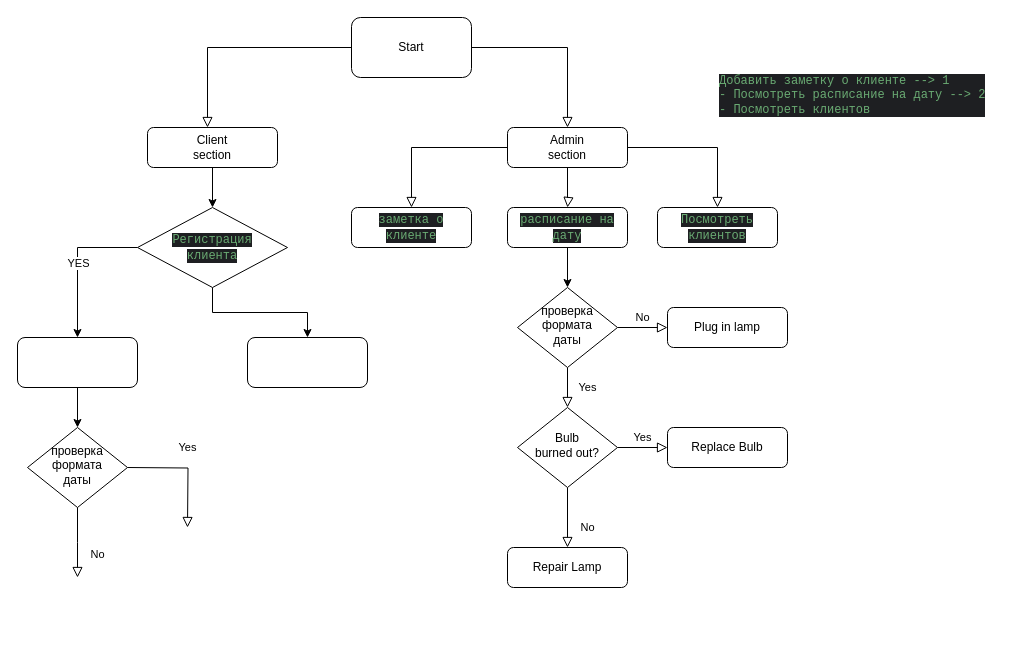
This is Диаграмма без названия.drawio from dim447/project_01, a draw.io file, before an edit. Source tidied: cells renumbered, new cells numbered last; positions are measured from the earlier drawing's top-left corner, leaving out a move shared by most shapes. Both pictures are drawn from the tidied source at 100%, with x=0, y=0 at pixel (17, 17).
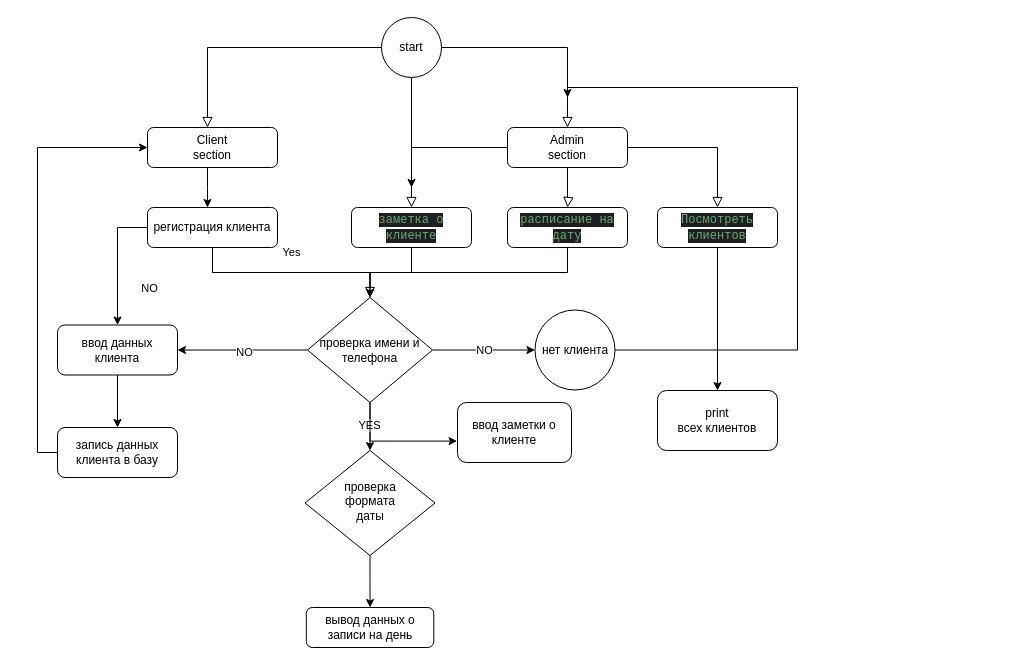
After the change.

The change refers to these unchanged cells:
```xml
<mxCell id="16" value="Client&lt;br&gt;section" style="rounded=1;whiteSpace=wrap;html=1;" parent="1" vertex="1">
  <mxGeometry x="130" y="110" width="130" height="40" as="geometry" />
</mxCell>
<mxCell id="19" value="&lt;span style=&quot;color: rgb(106, 171, 115); font-family: &amp;quot;JetBrains Mono&amp;quot;, monospace; font-size: 12px; font-style: normal; font-variant-ligatures: normal; font-variant-caps: normal; font-weight: 400; letter-spacing: normal; orphans: 2; text-align: left; text-indent: 0px; text-transform: none; widows: 2; word-spacing: 0px; -webkit-text-stroke-width: 0px; background-color: rgb(30, 31, 34); text-decoration-thickness: initial; text-decoration-style: initial; text-decoration-color: initial; float: none; display: inline !important;&quot;&gt;заметка о клиенте&lt;/span&gt;" style="rounded=1;whiteSpace=wrap;html=1;" parent="1" vertex="1">
  <mxGeometry x="334" y="190" width="120" height="40" as="geometry" />
</mxCell>
<mxCell id="21" value="&lt;span style=&quot;color: rgb(106, 171, 115); font-family: &amp;quot;JetBrains Mono&amp;quot;, monospace; font-size: 12px; font-style: normal; font-variant-ligatures: normal; font-variant-caps: normal; font-weight: 400; letter-spacing: normal; orphans: 2; text-align: left; text-indent: 0px; text-transform: none; widows: 2; word-spacing: 0px; -webkit-text-stroke-width: 0px; background-color: rgb(30, 31, 34); text-decoration-thickness: initial; text-decoration-style: initial; text-decoration-color: initial; float: none; display: inline !important;&quot;&gt;расписание на дату&lt;/span&gt;" style="rounded=1;whiteSpace=wrap;html=1;" parent="1" vertex="1">
  <mxGeometry x="490" y="190" width="120" height="40" as="geometry" />
</mxCell>
<mxCell id="22" value="&lt;span style=&quot;color: rgb(106, 171, 115); font-family: &amp;quot;JetBrains Mono&amp;quot;, monospace; font-size: 12px; font-style: normal; font-variant-ligatures: normal; font-variant-caps: normal; font-weight: 400; letter-spacing: normal; orphans: 2; text-align: left; text-indent: 0px; text-transform: none; widows: 2; word-spacing: 0px; -webkit-text-stroke-width: 0px; background-color: rgb(30, 31, 34); text-decoration-thickness: initial; text-decoration-style: initial; text-decoration-color: initial; float: none; display: inline !important;&quot;&gt;Посмотреть клиентов&lt;/span&gt;" style="rounded=1;whiteSpace=wrap;html=1;" parent="1" vertex="1">
  <mxGeometry x="640" y="190" width="120" height="40" as="geometry" />
</mxCell>
```

The edit, as a diff of the source:
```diff
@@
-    <mxCell id="4" value="Yes" style="rounded=0;html=1;jettySize=auto;fontSize=11;endArrow=block;endFill=0;endSize=8;strokeWidth=1;shadow=0;labelBackgroundColor=none;edgeStyle=orthogonalEdgeStyle;" parent="1" edge="1" source="6" target="10">
-      <mxGeometry y="20" relative="1" as="geometry" />
-    </mxCell>
-    <mxCell id="5" value="No" style="edgeStyle=orthogonalEdgeStyle;rounded=0;html=1;jettySize=auto;fontSize=11;endArrow=block;endFill=0;endSize=8;strokeWidth=1;shadow=0;labelBackgroundColor=none;" parent="1" edge="1" source="6" target="7">
-      <mxGeometry y="10" relative="1" as="geometry" />
-    </mxCell>
+    <mxCell id="35" style="edgeStyle=orthogonalEdgeStyle;rounded=0;jettySize=auto;html=1;entryX=0.5;entryY=0;entryDx=0;entryDy=0;" parent="1" edge="1" source="6" target="40">
+      <mxGeometry relative="1" as="geometry" />
+    </mxCell>
     <mxCell id="6" value="проверка&lt;br&gt;формата&lt;br&gt;даты" style="rhombus;whiteSpace=wrap;html=1;shadow=0;fontFamily=Helvetica;fontSize=12;align=center;strokeWidth=1;spacing=6;spacingTop=-4;" parent="1" vertex="1">
-      <mxGeometry x="500" y="270" width="100" height="80" as="geometry" />
+      <mxGeometry x="287.5" y="433" width="130" height="105" as="geometry" />
     </mxCell>
-    <mxCell id="7" value="Plug in lamp" style="rounded=1;whiteSpace=wrap;html=1;fontSize=12;glass=0;strokeWidth=1;shadow=0;" parent="1" vertex="1">
-      <mxGeometry x="650" y="290" width="120" height="40" as="geometry" />
-    </mxCell>
-    <mxCell id="8" value="No" style="rounded=0;html=1;jettySize=auto;fontSize=11;endArrow=block;endFill=0;endSize=8;strokeWidth=1;shadow=0;labelBackgroundColor=none;edgeStyle=orthogonalEdgeStyle;" parent="1" edge="1" source="10" target="11">
-      <mxGeometry x="0.33" y="20" relative="1" as="geometry" />
-    </mxCell>
-    <mxCell id="9" value="Yes" style="edgeStyle=orthogonalEdgeStyle;rounded=0;html=1;jettySize=auto;fontSize=11;endArrow=block;endFill=0;endSize=8;strokeWidth=1;shadow=0;labelBackgroundColor=none;" parent="1" edge="1" source="10" target="12">
-      <mxGeometry y="10" relative="1" as="geometry" />
-    </mxCell>
-    <mxCell id="10" value="Bulb&lt;br&gt;burned out?" style="rhombus;whiteSpace=wrap;html=1;shadow=0;fontFamily=Helvetica;fontSize=12;align=center;strokeWidth=1;spacing=6;spacingTop=-4;" parent="1" vertex="1">
-      <mxGeometry x="500" y="390" width="100" height="80" as="geometry" />
-    </mxCell>
-    <mxCell id="11" value="Repair Lamp" style="rounded=1;whiteSpace=wrap;html=1;fontSize=12;glass=0;strokeWidth=1;shadow=0;" parent="1" vertex="1">
-      <mxGeometry x="490" y="530" width="120" height="40" as="geometry" />
-    </mxCell>
-    <mxCell id="12" value="Replace Bulb" style="rounded=1;whiteSpace=wrap;html=1;fontSize=12;glass=0;strokeWidth=1;shadow=0;" parent="1" vertex="1">
-      <mxGeometry x="650" y="410" width="120" height="40" as="geometry" />
-    </mxCell>
-    <mxCell id="13" value="Start" style="rounded=1;whiteSpace=wrap;html=1;" parent="1" vertex="1">
-      <mxGeometry x="334" width="120" height="60" as="geometry" />
-    </mxCell>
+    <mxCell id="36" style="edgeStyle=orthogonalEdgeStyle;rounded=0;orthogonalLoop=1;jettySize=auto;html=1;" parent="1" edge="1">
+      <mxGeometry relative="1" as="geometry">
+        <mxPoint x="394" y="60" as="sourcePoint" />
+        <mxPoint x="394" y="170" as="targetPoint" />
+      </mxGeometry>
+    </mxCell>
-    <mxCell id="14" style="rounded=0;html=1;jettySize=auto;fontSize=11;endArrow=block;endFill=0;endSize=8;strokeWidth=1;shadow=0;labelBackgroundColor=none;edgeStyle=orthogonalEdgeStyle;exitX=1;exitY=0.5;exitDx=0;exitDy=0;" parent="1" edge="1" source="13">
+    <mxCell id="14" style="rounded=0;html=1;jettySize=auto;fontSize=11;endArrow=block;endFill=0;endSize=8;strokeWidth=1;shadow=0;labelBackgroundColor=none;edgeStyle=orthogonalEdgeStyle;exitX=1;exitY=0.5;exitDx=0;exitDy=0;" parent="1" edge="1" source="58">
       <mxGeometry relative="1" as="geometry">
         <mxPoint x="550" y="110" as="targetPoint" />
         <Array as="points">
           <mxPoint x="550" y="30" />
         </Array>
       </mxGeometry>
     </mxCell>
-    <mxCell id="15" style="edgeStyle=orthogonalEdgeStyle;rounded=0;jettySize=auto;html=1;exitX=0.5;exitY=1;exitDx=0;exitDy=0;entryX=0.5;entryY=0;entryDx=0;entryDy=0;" parent="1" edge="1" source="16" target="26">
-      <mxGeometry relative="1" as="geometry" />
-    </mxCell>
+    <mxCell id="37" style="edgeStyle=orthogonalEdgeStyle;rounded=0;jettySize=auto;html=1;" parent="1" edge="1" source="16" target="50">
+      <mxGeometry relative="1" as="geometry">
+        <Array as="points">
+          <mxPoint x="190" y="170" />
+          <mxPoint x="190" y="170" />
+        </Array>
+      </mxGeometry>
+    </mxCell>
@@
-    <mxCell id="17" style="rounded=0;html=1;jettySize=auto;fontSize=11;endArrow=block;endFill=0;endSize=8;strokeWidth=1;shadow=0;labelBackgroundColor=none;edgeStyle=orthogonalEdgeStyle;exitX=0;exitY=0.5;exitDx=0;exitDy=0;" parent="1" edge="1" source="13">
+    <mxCell id="17" style="rounded=0;html=1;jettySize=auto;fontSize=11;endArrow=block;endFill=0;endSize=8;strokeWidth=1;shadow=0;labelBackgroundColor=none;edgeStyle=orthogonalEdgeStyle;exitX=0;exitY=0.5;exitDx=0;exitDy=0;" parent="1" edge="1" source="58">
       <mxGeometry relative="1" as="geometry">
         <mxPoint x="190" y="110" as="targetPoint" />
         <Array as="points">
           <mxPoint x="190" y="30" />
         </Array>
       </mxGeometry>
     </mxCell>
-    <mxCell id="18" value="&lt;div style=&quot;background-color: rgb(30, 31, 34); color: rgb(188, 190, 196); font-family: &amp;quot;JetBrains Mono&amp;quot;, monospace;&quot;&gt;&lt;span style=&quot;color:#6aab73;&quot;&gt;Добавить заметку о клиенте    --&amp;gt; 1&lt;br&gt;&lt;/span&gt;&lt;span style=&quot;color:#6aab73;&quot;&gt;- Посмотреть расписание на дату --&amp;gt; 2&lt;br&gt;&lt;/span&gt;&lt;span style=&quot;color:#6aab73;&quot;&gt;- Посмотреть клиентов  &lt;/span&gt;&lt;/div&gt;" style="text;whiteSpace=wrap;html=1;" parent="1" vertex="1">
-      <mxGeometry x="700" y="50" width="300" height="70" as="geometry" />
-    </mxCell>
+    <mxCell id="38" style="edgeStyle=orthogonalEdgeStyle;rounded=0;jettySize=auto;html=1;" parent="1" edge="1" source="19" target="47">
+      <mxGeometry relative="1" as="geometry" />
+    </mxCell>
@@
-    <mxCell id="20" style="edgeStyle=orthogonalEdgeStyle;rounded=0;jettySize=auto;html=1;exitX=0.5;exitY=1;exitDx=0;exitDy=0;entryX=0.5;entryY=0;entryDx=0;entryDy=0;" parent="1" edge="1" source="21" target="6">
-      <mxGeometry relative="1" as="geometry" />
-    </mxCell>
@@
+    <mxCell id="39" style="edgeStyle=orthogonalEdgeStyle;rounded=0;jettySize=auto;html=1;exitX=0.5;exitY=1;exitDx=0;exitDy=0;" parent="1" edge="1" source="22" target="57">
+      <mxGeometry relative="1" as="geometry" />
+    </mxCell>
@@
-    <mxCell id="25" style="edgeStyle=orthogonalEdgeStyle;rounded=0;jettySize=auto;html=1;" parent="1" edge="1" source="26" target="27">
-      <mxGeometry relative="1" as="geometry" />
-    </mxCell>
-    <mxCell id="26" value="&lt;span style=&quot;color: rgb(106, 171, 115); font-family: &amp;quot;JetBrains Mono&amp;quot;, monospace; font-size: 12px; font-style: normal; font-variant-ligatures: normal; font-variant-caps: normal; font-weight: 400; letter-spacing: normal; orphans: 2; text-align: left; text-indent: 0px; text-transform: none; widows: 2; word-spacing: 0px; -webkit-text-stroke-width: 0px; background-color: rgb(30, 31, 34); text-decoration-thickness: initial; text-decoration-style: initial; text-decoration-color: initial; float: none; display: inline !important;&quot;&gt;Регистрация &lt;br&gt;клиента&lt;br&gt;&lt;/span&gt;" style="rhombus;whiteSpace=wrap;html=1;" parent="1" vertex="1">
-      <mxGeometry x="120" y="190" width="150" height="80" as="geometry" />
-    </mxCell>
+    <mxCell id="33" value="Yes" style="rounded=0;html=1;jettySize=auto;fontSize=11;endArrow=block;endFill=0;endSize=8;strokeWidth=1;shadow=0;labelBackgroundColor=none;edgeStyle=orthogonalEdgeStyle;entryX=0.5;entryY=0;entryDx=0;entryDy=0;exitX=0.5;exitY=1;exitDx=0;exitDy=0;" parent="1" edge="1" source="50" target="47">
+      <mxGeometry y="20" relative="1" as="geometry" />
+    </mxCell>
+    <mxCell id="40" value="вывод данных о записи на день" style="rounded=1;whiteSpace=wrap;html=1;fontSize=12;glass=0;strokeWidth=1;shadow=0;" parent="1" vertex="1">
+      <mxGeometry x="288.8" y="590" width="127.5" height="40" as="geometry" />
+    </mxCell>
+    <mxCell id="41" style="edgeStyle=orthogonalEdgeStyle;rounded=0;jettySize=auto;html=1;entryX=0.5;entryY=0;entryDx=0;entryDy=0;" parent="1" edge="1" source="47" target="6">
+      <mxGeometry relative="1" as="geometry" />
+    </mxCell>
+    <mxCell id="31" value="YES" style="edgeLabel;html=1;align=center;verticalAlign=middle;" parent="41" vertex="1">
+      <mxGeometry x="-0.08" y="-1" relative="1" as="geometry" />
+    </mxCell>
+    <mxCell id="42" style="edgeStyle=orthogonalEdgeStyle;rounded=0;jettySize=auto;html=1;" parent="1" edge="1" source="47" target="27">
+      <mxGeometry relative="1" as="geometry" />
+    </mxCell>
+    <mxCell id="43" value="NO" style="edgeLabel;html=1;align=center;verticalAlign=middle;" parent="42" vertex="1">
+      <mxGeometry x="-0.01" y="2" relative="1" as="geometry" />
+    </mxCell>
+    <mxCell id="44" style="edgeStyle=orthogonalEdgeStyle;rounded=0;jettySize=auto;html=1;" parent="1" edge="1" source="47" target="54">
+      <mxGeometry relative="1" as="geometry" />
+    </mxCell>
+    <mxCell id="45" value="NO" style="edgeLabel;html=1;align=center;verticalAlign=middle;" parent="44" vertex="1">
+      <mxGeometry x="-0.01" relative="1" as="geometry" />
+    </mxCell>
+    <mxCell id="46" style="edgeStyle=orthogonalEdgeStyle;rounded=0;jettySize=auto;html=1;exitX=0.5;exitY=1;exitDx=0;exitDy=0;entryX=-0.004;entryY=0.643;entryDx=0;entryDy=0;entryPerimeter=0;" parent="1" edge="1" source="47" target="59">
+      <mxGeometry relative="1" as="geometry" />
+    </mxCell>
+    <mxCell id="47" value="проверка имени и телефона" style="rhombus;whiteSpace=wrap;html=1;" parent="1" vertex="1">
+      <mxGeometry x="290" y="280" width="125" height="105" as="geometry" />
+    </mxCell>
+    <mxCell id="48" style="edgeStyle=orthogonalEdgeStyle;rounded=0;jettySize=auto;html=1;exitX=0;exitY=0.5;exitDx=0;exitDy=0;entryX=0.5;entryY=0;entryDx=0;entryDy=0;" parent="1" edge="1" source="50" target="27">
+      <mxGeometry relative="1" as="geometry">
+        <Array as="points">
+          <mxPoint x="100" y="210" />
+        </Array>
+      </mxGeometry>
+    </mxCell>
+    <mxCell id="49" value="NO" style="edgeLabel;html=1;align=center;verticalAlign=middle;" parent="48" vertex="1">
+      <mxGeometry x="0.41" y="1" relative="1" as="geometry">
+        <mxPoint x="30" as="offset" />
+      </mxGeometry>
+    </mxCell>
+    <mxCell id="50" value="регистрация клиента" style="rounded=1;whiteSpace=wrap;html=1;" parent="1" vertex="1">
+      <mxGeometry x="130" y="190" width="130" height="40" as="geometry" />
+    </mxCell>
+    <mxCell id="51" style="edgeStyle=orthogonalEdgeStyle;rounded=0;jettySize=auto;html=1;exitX=0.5;exitY=1;exitDx=0;exitDy=0;entryX=0.5;entryY=0;entryDx=0;entryDy=0;" parent="1" edge="1" source="21" target="47">
+      <mxGeometry relative="1" as="geometry" />
+    </mxCell>
+    <mxCell id="52" style="edgeStyle=orthogonalEdgeStyle;rounded=0;jettySize=auto;html=1;" parent="1" edge="1" source="27" target="56">
+      <mxGeometry relative="1" as="geometry" />
+    </mxCell>
-    <mxCell id="27" style="rounded=1;whiteSpace=wrap;html=1;" parent="1" vertex="1">
-      <mxGeometry x="230" y="320" width="120" height="50" as="geometry" />
+    <mxCell id="27" value="ввод данных клиента" style="rounded=1;whiteSpace=wrap;html=1;" parent="1" vertex="1">
+      <mxGeometry x="40" y="307.5" width="120" height="50" as="geometry" />
     </mxCell>
-    <mxCell id="28" style="edgeStyle=orthogonalEdgeStyle;rounded=0;jettySize=auto;html=1;exitX=0.5;exitY=1;exitDx=0;exitDy=0;entryX=0.5;entryY=0;entryDx=0;entryDy=0;" parent="1" edge="1" source="29" target="32">
-      <mxGeometry relative="1" as="geometry" />
-    </mxCell>
-    <mxCell id="29" style="rounded=1;whiteSpace=wrap;html=1;" parent="1" vertex="1">
-      <mxGeometry y="320" width="120" height="50" as="geometry" />
-    </mxCell>
-    <mxCell id="30" style="endArrow=classic;html=1;rounded=0;entryX=0.5;entryY=0;entryDx=0;entryDy=0;exitX=0;exitY=0.5;exitDx=0;exitDy=0;" parent="1" edge="1" source="26" target="29">
-      <mxGeometry relative="1" as="geometry">
-        <Array as="points">
-          <mxPoint x="60" y="230" />
-        </Array>
-      </mxGeometry>
-    </mxCell>
-    <mxCell id="31" value="YES" style="edgeLabel;html=1;align=center;verticalAlign=middle;" parent="30" vertex="1">
-      <mxGeometry relative="1" as="geometry" />
-    </mxCell>
-    <mxCell id="32" value="проверка&lt;br&gt;формата&lt;br&gt;даты" style="rhombus;whiteSpace=wrap;html=1;shadow=0;fontFamily=Helvetica;fontSize=12;align=center;strokeWidth=1;spacing=6;spacingTop=-4;" parent="1" vertex="1">
-      <mxGeometry x="10" y="410" width="100" height="80" as="geometry" />
-    </mxCell>
-    <mxCell id="33" value="Yes" style="rounded=0;html=1;jettySize=auto;orthogonalLoop=1;fontSize=11;endArrow=block;endFill=0;endSize=8;strokeWidth=1;shadow=0;labelBackgroundColor=none;edgeStyle=orthogonalEdgeStyle;" parent="1" edge="1">
-      <mxGeometry y="20" relative="1" as="geometry">
-        <mxPoint x="110" y="450" as="sourcePoint" />
-        <mxPoint x="170" y="510" as="targetPoint" />
-      </mxGeometry>
-    </mxCell>
-    <mxCell id="34" value="No" style="rounded=0;html=1;jettySize=auto;fontSize=11;endArrow=block;endFill=0;endSize=8;strokeWidth=1;shadow=0;labelBackgroundColor=none;edgeStyle=orthogonalEdgeStyle;exitX=0.5;exitY=1;exitDx=0;exitDy=0;" parent="1" edge="1" source="32">
-      <mxGeometry x="0.33" y="20" relative="1" as="geometry">
-        <mxPoint x="60" y="560" as="targetPoint" />
-      </mxGeometry>
-    </mxCell>
+    <mxCell id="53" style="edgeStyle=orthogonalEdgeStyle;rounded=0;jettySize=auto;html=1;" parent="1" edge="1" source="54">
+      <mxGeometry relative="1" as="geometry">
+        <mxPoint x="550" y="80" as="targetPoint" />
+        <Array as="points">
+          <mxPoint x="780" y="333" />
+          <mxPoint x="780" y="70" />
+          <mxPoint x="550" y="70" />
+        </Array>
+      </mxGeometry>
+    </mxCell>
+    <mxCell id="54" value="нет клиента" style="ellipse;whiteSpace=wrap;html=1;" parent="1" vertex="1">
+      <mxGeometry x="517.5" y="292.5" width="80" height="80" as="geometry" />
+    </mxCell>
+    <mxCell id="55" style="edgeStyle=orthogonalEdgeStyle;rounded=0;jettySize=auto;html=1;exitX=0;exitY=0.5;exitDx=0;exitDy=0;entryX=0;entryY=0.5;entryDx=0;entryDy=0;" parent="1" edge="1" source="56" target="16">
+      <mxGeometry relative="1" as="geometry" />
+    </mxCell>
+    <mxCell id="56" value="запись данных клиента в базу" style="rounded=1;whiteSpace=wrap;html=1;" parent="1" vertex="1">
+      <mxGeometry x="40" y="410" width="120" height="50" as="geometry" />
+    </mxCell>
+    <mxCell id="57" value="print &lt;br&gt;всех клиентов" style="whiteSpace=wrap;html=1;rounded=1;" parent="1" vertex="1">
+      <mxGeometry x="640" y="373" width="120" height="60" as="geometry" />
+    </mxCell>
+    <mxCell id="58" value="start" style="ellipse;whiteSpace=wrap;html=1;" parent="1" vertex="1">
+      <mxGeometry x="364" width="60" height="60" as="geometry" />
+    </mxCell>
+    <mxCell id="59" value="ввод заметки о клиенте" style="rounded=1;whiteSpace=wrap;html=1;" parent="1" vertex="1">
+      <mxGeometry x="440" y="385" width="114" height="60" as="geometry" />
+    </mxCell>
```
